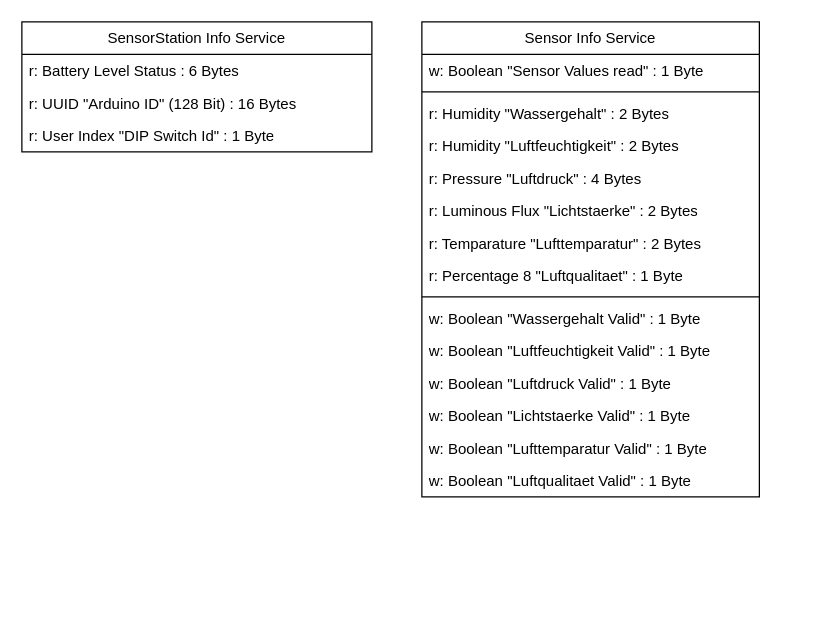
This is Diagrams/SensorStation/BLE-Services.drawio from FabioPlunser/SWE, a draw.io file, before an edit. Source tidied: cells renumbered, new cells numbered last; positions are measured from the earlier drawing's top-left corner, leaving out a move shared by most shapes. Both pictures are drawn from the tidied source at 125%, with x=0, y=0 at pixel (21, 21).
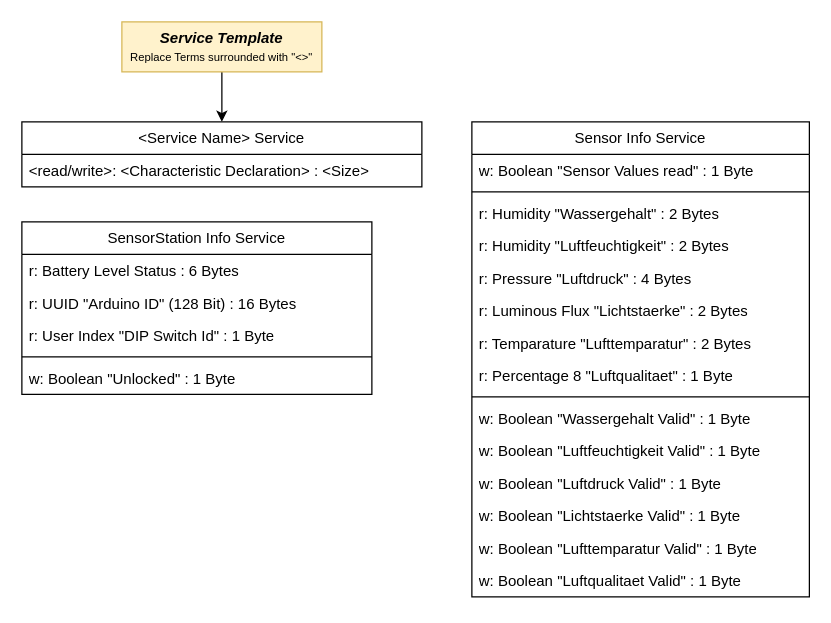
The same page after the edit.

Commit message (it also covers changes not shown here):
Added "Unlocked"-Characteristic in SensorStation BLE Services

Diff of the diagram source:
```diff
@@
     <mxCell id="2" value="SensorStation Info Service" style="swimlane;fontStyle=0;horizontal=1;startSize=26;fillColor=none;whiteSpace=wrap;html=1;" parent="1" vertex="1">
-      <mxGeometry width="280" height="104" as="geometry" />
+      <mxGeometry y="160" width="280" height="138" as="geometry" />
     </mxCell>
@@
+    <mxCell id="22" style="line;strokeWidth=1;fillColor=none;align=left;verticalAlign=middle;spacingTop=-1;spacingLeft=3;spacingRight=3;labelPosition=right;strokeColor=inherit;" parent="2" vertex="1">
+      <mxGeometry y="104" width="280" height="8" as="geometry" />
+    </mxCell>
+    <mxCell id="23" value="w: Boolean &quot;Unlocked&quot; : 1 Byte" style="text;strokeColor=none;fillColor=none;align=left;verticalAlign=top;spacingLeft=4;spacingRight=4;overflow=hidden;whiteSpace=wrap;html=1;" parent="2" vertex="1">
+      <mxGeometry y="112" width="280" height="26" as="geometry" />
+    </mxCell>
     <mxCell id="6" value="Sensor Info Service" style="swimlane;fontStyle=0;horizontal=1;startSize=26;fillColor=none;whiteSpace=wrap;html=1;" parent="1" vertex="1">
-      <mxGeometry x="320" width="270" height="380" as="geometry" />
+      <mxGeometry x="360" y="80" width="270" height="380" as="geometry" />
     </mxCell>
@@
+    <mxCell id="24" value="&amp;lt;Service Name&amp;gt; Service" style="swimlane;fontStyle=0;horizontal=1;startSize=26;fillColor=none;whiteSpace=wrap;html=1;" parent="1" vertex="1">
+      <mxGeometry y="80" width="320" height="52" as="geometry" />
+    </mxCell>
+    <mxCell id="25" value="&amp;lt;read/write&amp;gt;: &amp;lt;Characteristic Declaration&amp;gt; : &amp;lt;Size&amp;gt;" style="text;strokeColor=none;fillColor=none;align=left;verticalAlign=top;spacingLeft=4;spacingRight=4;overflow=hidden;whiteSpace=wrap;html=1;" parent="24" vertex="1">
+      <mxGeometry y="26" width="320" height="26" as="geometry" />
+    </mxCell>
+    <mxCell id="26" style="edgeStyle=orthogonalEdgeStyle;rounded=0;jettySize=auto;html=1;" parent="1" edge="1" source="27" target="24">
+      <mxGeometry relative="1" as="geometry" />
+    </mxCell>
+    <mxCell id="27" value="&lt;b&gt;&lt;i&gt;Service Template&lt;/i&gt;&lt;/b&gt;&lt;br&gt;&lt;font style=&quot;font-size: 9px;&quot;&gt;Replace Terms surrounded with &quot;&amp;lt;&amp;gt;&quot;&lt;/font&gt;" style="text;html=1;strokeColor=#d6b656;fillColor=#fff2cc;align=center;verticalAlign=middle;whiteSpace=wrap;rounded=0;" parent="1" vertex="1">
+      <mxGeometry x="80" width="160" height="40" as="geometry" />
+    </mxCell>
```
